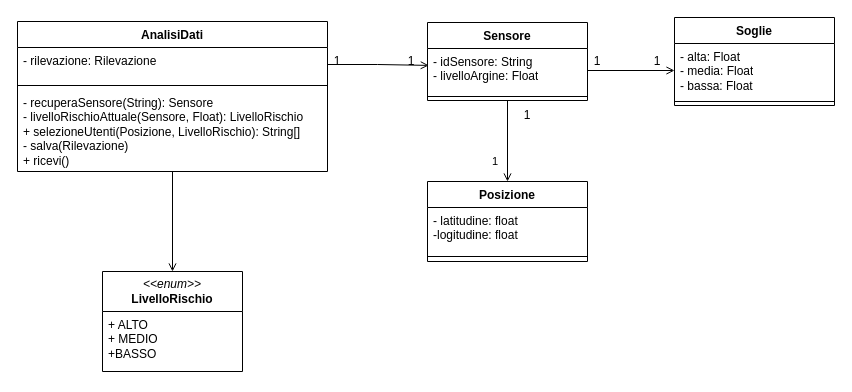
Earlier version of the draw.io diagram DominioAnalisiDatiSpec.drawio (MirkoTonelli/Ing). Source tidied: cells renumbered, new cells numbered last; positions are measured from the earlier drawing's top-left corner, leaving out a move shared by most shapes. Both pictures are drawn from the tidied source at 100%, with x=0, y=0 at pixel (17, 17).
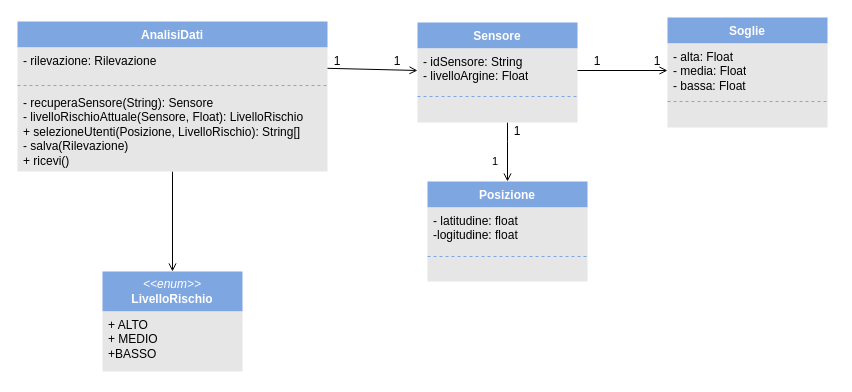
After the change.

Unchanged cells that the change refers to:
```xml
<mxCell id="4" value="- rilevazione: Rilevazione" style="text;strokeColor=none;fillColor=none;align=left;verticalAlign=top;spacingLeft=4;spacingRight=4;overflow=hidden;points=[[0,0.5],[1,0.5]];portConstraint=eastwest;whiteSpace=wrap;html=1;" parent="3" vertex="1">
  <mxGeometry y="26" width="310" height="34" as="geometry" />
</mxCell>
<mxCell id="9" value="- idSensore: String&lt;div&gt;- livelloArgine: Float&lt;/div&gt;" style="text;strokeColor=none;fillColor=none;align=left;verticalAlign=top;spacingLeft=4;spacingRight=4;overflow=hidden;points=[[0,0.5],[1,0.5]];portConstraint=eastwest;whiteSpace=wrap;html=1;" parent="8" vertex="1">
  <mxGeometry y="26" width="160" height="44" as="geometry" />
</mxCell>
```

Diff of the diagram source:
```diff
@@
-    <mxCell id="3" value="AnalisiDati" style="swimlane;fontStyle=1;align=center;verticalAlign=top;horizontal=1;startSize=26;whiteSpace=wrap;html=1;" parent="1" vertex="1">
+    <mxCell id="3" value="AnalisiDati" style="swimlane;fontStyle=1;align=center;verticalAlign=top;horizontal=1;startSize=26;whiteSpace=wrap;html=1;fillColor=#7EA6E0;strokeColor=none;fontColor=#FFFFFF;swimlaneFillColor=#E6E6E6;" parent="1" vertex="1">
       <mxGeometry y="4" width="310" height="150" as="geometry" />
     </mxCell>
@@
-    <mxCell id="5" style="line;strokeWidth=1;fillColor=none;align=left;verticalAlign=middle;spacingTop=-1;spacingLeft=3;spacingRight=3;labelPosition=right;strokeColor=inherit;" parent="3" vertex="1">
+    <mxCell id="5" style="line;strokeWidth=1;fillColor=none;align=left;verticalAlign=middle;spacingTop=-1;spacingLeft=3;spacingRight=3;labelPosition=right;strokeColor=#7EA6E0;dashed=1;" parent="3" vertex="1">
       <mxGeometry y="60" width="310" height="8" as="geometry" />
     </mxCell>
@@
     <mxCell id="7" style="edgeStyle=orthogonalEdgeStyle;rounded=0;jettySize=auto;html=1;entryX=0.5;entryY=0;entryDx=0;entryDy=0;endArrow=open;endFill=0;" parent="1" edge="1" source="8" target="23">
-      <mxGeometry relative="1" as="geometry" />
+      <mxGeometry relative="1" as="geometry">
+        <Array as="points">
+          <mxPoint x="490" y="124" />
+          <mxPoint x="490" y="124" />
+        </Array>
+      </mxGeometry>
     </mxCell>
-    <mxCell id="8" value="Sensore" style="swimlane;fontStyle=1;align=center;verticalAlign=top;horizontal=1;startSize=26;whiteSpace=wrap;html=1;" parent="1" vertex="1">
-      <mxGeometry x="410" y="5" width="160" height="78" as="geometry" />
+    <mxCell id="8" value="Sensore" style="swimlane;fontStyle=1;align=center;verticalAlign=top;horizontal=1;startSize=26;whiteSpace=wrap;html=1;fillColor=#7EA6E0;strokeColor=none;fontColor=#FFFFFF;swimlaneFillColor=#E6E6E6;" parent="1" vertex="1">
+      <mxGeometry x="400" y="5" width="160" height="100" as="geometry" />
     </mxCell>
@@
-    <mxCell id="10" style="line;strokeWidth=1;fillColor=none;align=left;verticalAlign=middle;spacingTop=-1;spacingLeft=3;spacingRight=3;labelPosition=right;strokeColor=inherit;" parent="8" vertex="1">
+    <mxCell id="10" style="line;strokeWidth=1;fillColor=none;align=left;verticalAlign=middle;spacingTop=-1;spacingLeft=3;spacingRight=3;labelPosition=right;strokeColor=#7EA6E0;dashed=1;" parent="8" vertex="1">
       <mxGeometry y="70" width="160" height="8" as="geometry" />
     </mxCell>
+    <mxCell id="27" style="line;strokeWidth=1;fillColor=none;align=left;verticalAlign=middle;spacingTop=-1;spacingLeft=3;spacingRight=3;labelPosition=right;strokeColor=none;dashed=1;" parent="8" vertex="1">
+      <mxGeometry y="78" width="160" height="22" as="geometry" />
+    </mxCell>
-    <mxCell id="11" value="Soglie" style="swimlane;fontStyle=1;align=center;verticalAlign=top;horizontal=1;startSize=26;whiteSpace=wrap;html=1;" parent="1" vertex="1">
-      <mxGeometry x="657" width="160" height="88" as="geometry" />
+    <mxCell id="11" value="Soglie" style="swimlane;fontStyle=1;align=center;verticalAlign=top;horizontal=1;startSize=26;whiteSpace=wrap;html=1;fillColor=#7EA6E0;strokeColor=none;fontColor=#FFFFFF;swimlaneFillColor=#E6E6E6;" parent="1" vertex="1">
+      <mxGeometry x="650" width="160" height="110" as="geometry" />
     </mxCell>
@@
-    <mxCell id="13" style="line;strokeWidth=1;fillColor=none;align=left;verticalAlign=middle;spacingTop=-1;spacingLeft=3;spacingRight=3;labelPosition=right;strokeColor=inherit;" parent="11" vertex="1">
+    <mxCell id="13" style="line;strokeWidth=1;fillColor=none;align=left;verticalAlign=middle;spacingTop=-1;spacingLeft=3;spacingRight=3;labelPosition=right;strokeColor=#7EA6E0;dashed=1;" parent="11" vertex="1">
       <mxGeometry y="80" width="160" height="8" as="geometry" />
     </mxCell>
+    <mxCell id="28" style="line;strokeWidth=1;fillColor=none;align=left;verticalAlign=middle;spacingTop=-1;spacingLeft=3;spacingRight=3;labelPosition=right;strokeColor=none;dashed=1;" parent="11" vertex="1">
+      <mxGeometry y="88" width="160" height="22" as="geometry" />
+    </mxCell>
@@
     <mxCell id="15" value="1" style="text;strokeColor=none;align=center;fillColor=none;html=1;verticalAlign=middle;whiteSpace=wrap;rounded=0;" parent="1" vertex="1">
-      <mxGeometry x="384" y="34" width="20" height="20" as="geometry" />
+      <mxGeometry x="370" y="34" width="20" height="20" as="geometry" />
     </mxCell>
@@
-    <mxCell id="18" style="edgeStyle=orthogonalEdgeStyle;rounded=0;jettySize=auto;html=1;entryX=0.008;entryY=0.384;entryDx=0;entryDy=0;entryPerimeter=0;endArrow=open;startFill=0;endFill=0;" parent="1" edge="1" source="4" target="9">
+    <mxCell id="18" style="rounded=0;jettySize=auto;html=1;endArrow=open;startFill=0;endFill=0;entryX=0;entryY=0.5;entryDx=0;entryDy=0;" parent="1" edge="1" source="4" target="9">
       <mxGeometry relative="1" as="geometry" />
     </mxCell>
-    <mxCell id="19" value="&lt;i&gt;&amp;lt;&amp;lt;enum&amp;gt;&amp;gt;&lt;/i&gt;&lt;div&gt;&lt;b&gt;LivelloRischio&lt;/b&gt;&lt;/div&gt;" style="swimlane;fontStyle=0;horizontal=1;startSize=40;fillColor=none;whiteSpace=wrap;html=1;" parent="1" vertex="1">
+    <mxCell id="19" value="&lt;i&gt;&amp;lt;&amp;lt;enum&amp;gt;&amp;gt;&lt;/i&gt;&lt;div&gt;&lt;b&gt;LivelloRischio&lt;/b&gt;&lt;/div&gt;" style="swimlane;fontStyle=0;horizontal=1;startSize=40;fillColor=#7EA6E0;whiteSpace=wrap;html=1;strokeColor=none;fontColor=#FFFFFF;swimlaneFillColor=#E6E6E6;" parent="1" vertex="1">
       <mxGeometry x="85" y="254" width="140" height="100" as="geometry" />
     </mxCell>
@@
-    <mxCell id="23" value="Posizione" style="swimlane;fontStyle=1;align=center;verticalAlign=top;horizontal=1;startSize=26;whiteSpace=wrap;html=1;" parent="1" vertex="1">
-      <mxGeometry x="410" y="164" width="160" height="80" as="geometry" />
+    <mxCell id="23" value="Posizione" style="swimlane;fontStyle=1;align=center;verticalAlign=top;horizontal=1;startSize=26;whiteSpace=wrap;html=1;fillColor=#7EA6E0;strokeColor=none;fontColor=#FFFFFF;swimlaneFillColor=#E6E6E6;" parent="1" vertex="1">
+      <mxGeometry x="410" y="164" width="160" height="100" as="geometry" />
     </mxCell>
@@
-    <mxCell id="25" style="line;strokeWidth=1;fillColor=none;align=left;verticalAlign=middle;spacingTop=-1;spacingLeft=3;spacingRight=3;labelPosition=right;strokeColor=inherit;" parent="23" vertex="1">
+    <mxCell id="25" style="line;strokeWidth=1;fillColor=none;align=left;verticalAlign=middle;spacingTop=-1;spacingLeft=3;spacingRight=3;labelPosition=right;strokeColor=#7EA6E0;dashed=1;" parent="23" vertex="1">
       <mxGeometry y="70" width="160" height="10" as="geometry" />
     </mxCell>
+    <mxCell id="29" style="line;strokeWidth=1;fillColor=none;align=left;verticalAlign=middle;spacingTop=-1;spacingLeft=3;spacingRight=3;labelPosition=right;strokeColor=none;dashed=1;" parent="23" vertex="1">
+      <mxGeometry y="80" width="160" height="20" as="geometry" />
+    </mxCell>
     <mxCell id="26" value="1" style="text;strokeColor=none;align=center;fillColor=none;html=1;verticalAlign=middle;whiteSpace=wrap;rounded=0;" parent="1" vertex="1">
-      <mxGeometry x="500" y="88" width="20" height="20" as="geometry" />
+      <mxGeometry x="490" y="104" width="20" height="20" as="geometry" />
     </mxCell>
```
